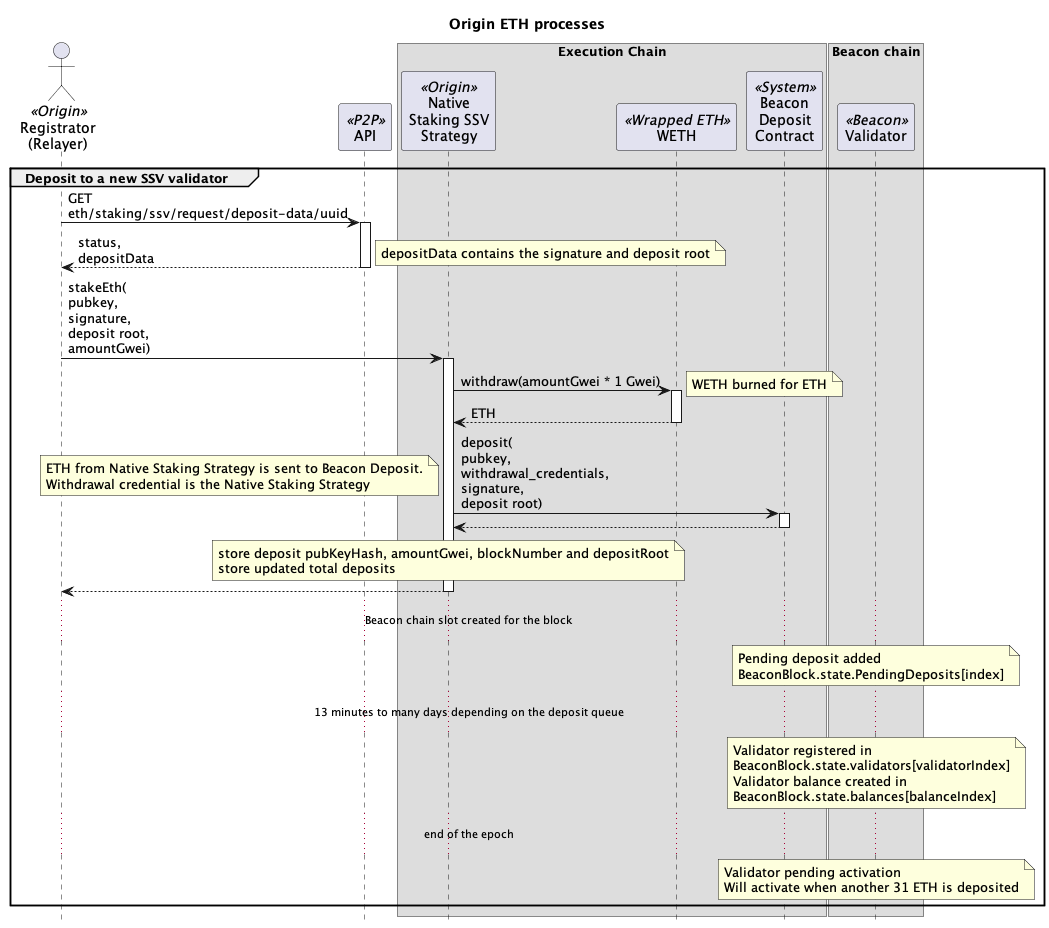
Above: contracts/docs/plantuml/oethProcesses-deposit-new.png in OriginProtocol/origin-dollar (PlantUML), before the change. Source of this version:
```plantuml
@startuml

skinparam tabSize 2
hide footbox

title "Origin ETH processes"

actor "Registrator\n(Relayer)" as reg <<Origin>>
participant "API" as api <<P2P>>

box "Execution Chain"
participant "Native\nStaking SSV\nStrategy" as nativeStrat <<Origin>>
participant "WETH" as weth <<Wrapped ETH>>
participant "Beacon\nDeposit\nContract" as dep <<System>>
end box

box "Beacon chain"
participant "Validator" as val <<Beacon>>
end box











group Deposit to a new SSV validator

reg -> api: GET\neth/staking/ssv/request/deposit-data/uuid
activate api
return status,\ndepositData
note right : depositData contains the signature and deposit root

reg -> nativeStrat : stakeEth(\npubkey,\nsignature,\ndeposit root,\namountGwei)
activate nativeStrat
nativeStrat -> weth : withdraw(amountGwei * 1 Gwei)
activate weth
note right : WETH burned for ETH
return ETH

nativeStrat -> dep : deposit(\npubkey,\nwithdrawal_credentials,\nsignature,\ndeposit root)
activate dep
note left
ETH from Native Staking Strategy is sent to Beacon Deposit.
Withdrawal credential is the Native Staking Strategy
end note
return

note over nativeStrat
store deposit pubKeyHash, amountGwei, blockNumber and depositRoot
store updated total deposits
end note

return

... Beacon chain slot created for the block ...

note over val : Pending deposit added\nBeaconBlock.state.PendingDeposits[index]

... 13 minutes to many days depending on the deposit queue ...

note over val
Validator registered in
BeaconBlock.state.validators[validatorIndex]
Validator balance created in
BeaconBlock.state.balances[balanceIndex]
end note

... end of the epoch ...

note over val
Validator pending activation
Will activate when another 31 ETH is deposited
end note
end group





































































































@enduml
```
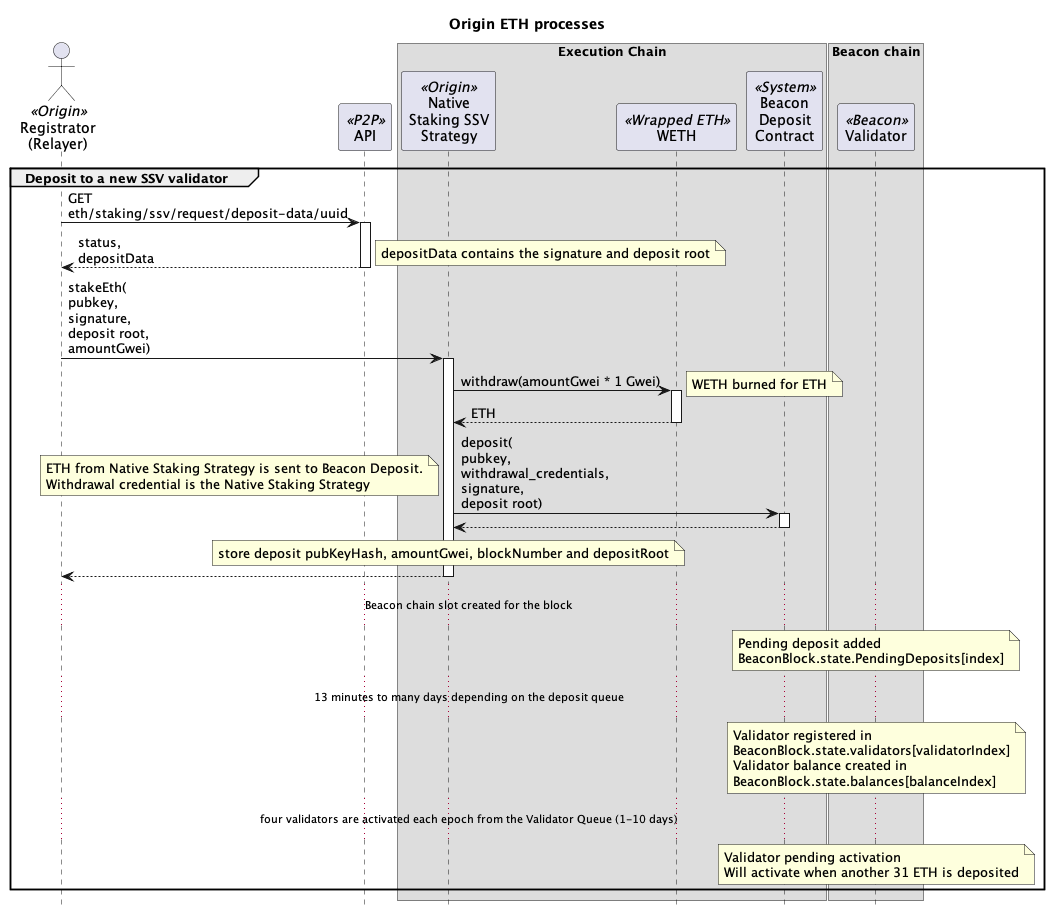
The same file after the commit.

Commit message:
Updated deposit diagrams

Change to the diagram source:
```diff
@@ -52,7 +52,6 @@
 
 note over nativeStrat
 store deposit pubKeyHash, amountGwei, blockNumber and depositRoot
-store updated total deposits
 end note
 
 return
@@ -70,7 +69,7 @@
 BeaconBlock.state.balances[balanceIndex]
 end note
 
-... end of the epoch ...
+... four validators are activated each epoch from the Validator Queue (1-10 days) ...
 
 note over val
 Validator pending activation
@@ -178,4 +177,6 @@
 
 
 
+
+
 @enduml
```
